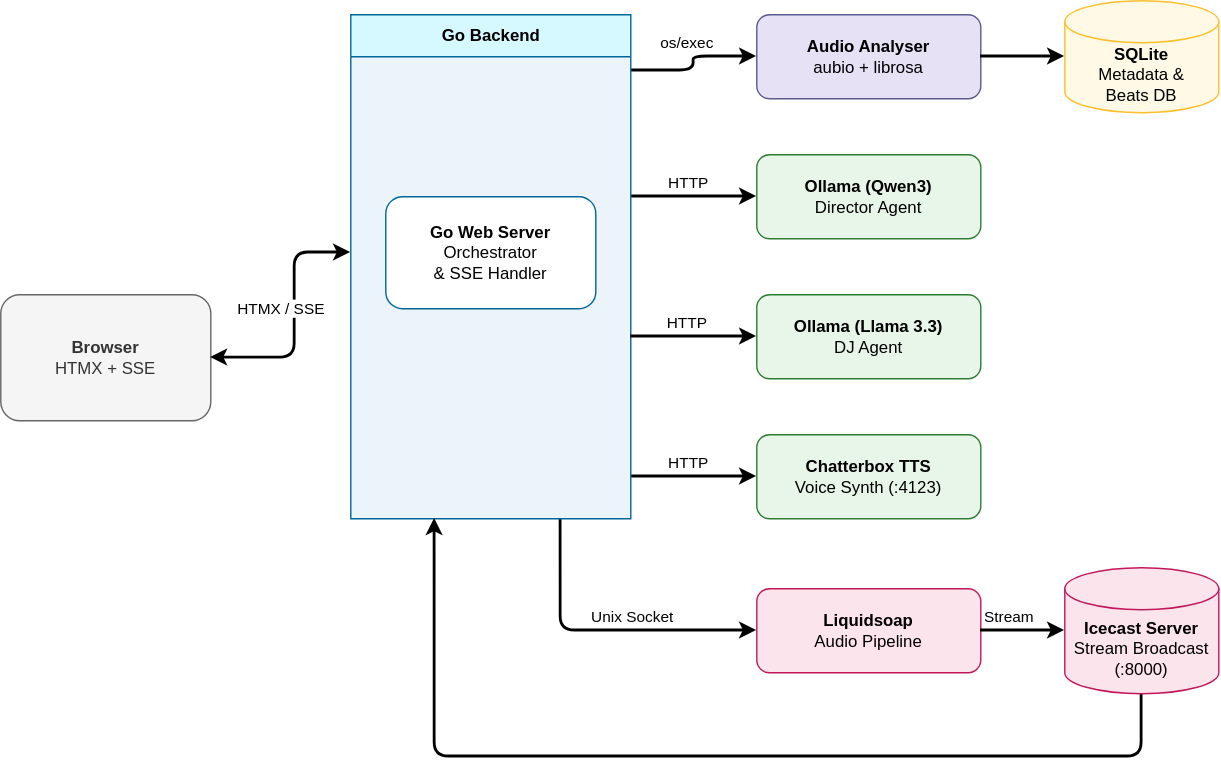
Blindseer1/agent-radio keeps this draw.io diagram as docs/components_diagram.svg. Above is the earlier version. Source tidied: cells renumbered, new cells last; positions are measured from the earlier drawing's top-left corner, leaving out a move shared by most shapes.
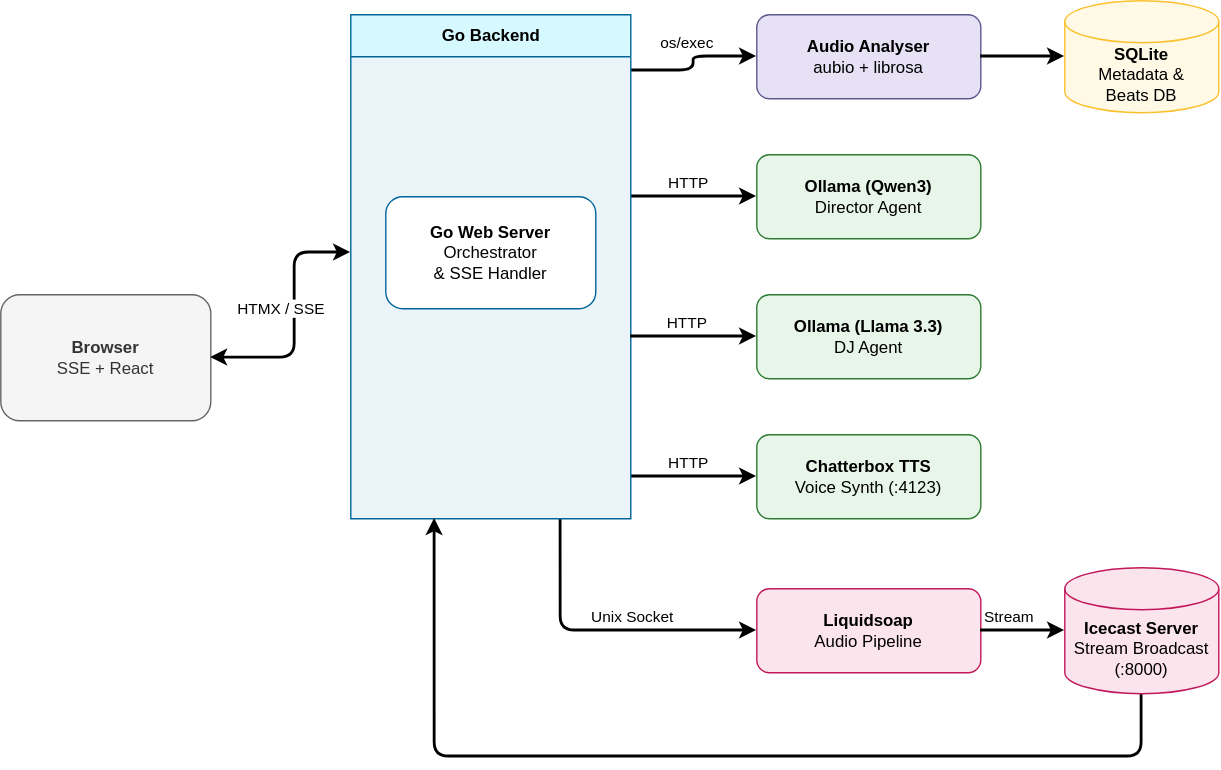
Above is the later version.

What changed in the source:
```diff
@@ -2,7 +2,7 @@
   <root>
     <mxCell id="0" />
     <mxCell id="1" parent="0" />
-    <mxCell id="2" value="&lt;b&gt;Browser&lt;/b&gt;&lt;br&gt;HTMX + SSE" style="rounded=1;whiteSpace=wrap;html=1;fillColor=#f5f5f5;strokeColor=#666666;fontColor=#333333;" parent="1" vertex="1">
+    <mxCell id="2" value="&lt;b&gt;Browser&lt;/b&gt;&lt;br&gt;SSE + React" style="rounded=1;whiteSpace=wrap;html=1;fillColor=#f5f5f5;strokeColor=#666666;fontColor=#333333;" parent="1" vertex="1">
       <mxGeometry y="210" width="150" height="90" as="geometry" />
     </mxCell>
     <mxCell id="3" style="edgeStyle=orthogonalEdgeStyle;rounded=1;jettySize=auto;html=1;entryX=0;entryY=0.5;entryDx=0;entryDy=0;strokeColor=default;strokeWidth=2;align=center;verticalAlign=middle;fontFamily=Helvetica;fontSize=11;fontColor=default;labelBackgroundColor=default;endArrow=classic;" parent="1" edge="1" target="13">
```
